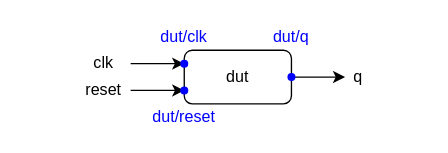
Earlier version of the draw.io diagram lessons/VER-07/ports.drawio (jentsechen/hdl-tutor). Source tidied: cells renumbered, new cells numbered last; positions are measured from the earlier drawing's top-left corner, leaving out a move shared by most shapes. Both pictures are drawn from the tidied source at 134%, with x=0, y=0 at pixel (76, 23).
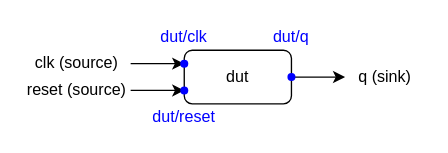
After the change.

What changed in the source:
```diff
@@
 <mxGraphModel>
   <root>
     <mxCell id="0" />
     <mxCell id="1" parent="0" />
     <mxCell id="2" value="dut" style="rounded=1;whiteSpace=wrap;html=1;" parent="1" vertex="1">
       <mxGeometry x="80" y="20" width="80" height="40" as="geometry" />
     </mxCell>
     <mxCell id="3" style="endArrow=classic;html=1;rounded=0;exitX=1;exitY=0.5;exitDx=0;exitDy=0;" parent="1" edge="1" source="2">
       <mxGeometry relative="1" as="geometry">
         <mxPoint x="200" y="40" as="targetPoint" />
       </mxGeometry>
     </mxCell>
     <mxCell id="4" style="endArrow=classic;html=1;rounded=0;entryX=0;entryY=0.75;entryDx=0;entryDy=0;" parent="1" edge="1" target="2">
       <mxGeometry relative="1" as="geometry">
         <mxPoint x="40" y="50" as="sourcePoint" />
       </mxGeometry>
     </mxCell>
     <mxCell id="5" style="endArrow=classic;html=1;rounded=0;entryX=0;entryY=0.25;entryDx=0;entryDy=0;" parent="1" edge="1" target="2">
       <mxGeometry relative="1" as="geometry">
         <mxPoint x="40" y="30" as="sourcePoint" />
       </mxGeometry>
     </mxCell>
-    <mxCell id="6" value="clk" style="text;html=1;align=center;verticalAlign=middle;whiteSpace=wrap;rounded=0;" parent="1" vertex="1">
-      <mxGeometry y="20" width="40" height="20" as="geometry" />
+    <mxCell id="6" value="clk (source)" style="text;html=1;align=center;verticalAlign=middle;whiteSpace=wrap;rounded=0;" parent="1" vertex="1">
+      <mxGeometry x="-40" y="20" width="80" height="20" as="geometry" />
     </mxCell>
-    <mxCell id="7" value="reset" style="text;html=1;align=center;verticalAlign=middle;whiteSpace=wrap;rounded=0;" parent="1" vertex="1">
-      <mxGeometry y="40" width="40" height="20" as="geometry" />
+    <mxCell id="7" value="reset (source)" style="text;html=1;align=center;verticalAlign=middle;whiteSpace=wrap;rounded=0;" parent="1" vertex="1">
+      <mxGeometry x="-40" y="40" width="80" height="20" as="geometry" />
     </mxCell>
-    <mxCell id="8" value="q" style="text;html=1;align=center;verticalAlign=middle;whiteSpace=wrap;rounded=0;" parent="1" vertex="1">
-      <mxGeometry x="200" y="30" width="20" height="20" as="geometry" />
+    <mxCell id="8" value="q (sink)" style="text;html=1;align=center;verticalAlign=middle;whiteSpace=wrap;rounded=0;" parent="1" vertex="1">
+      <mxGeometry x="200" y="30" width="60" height="20" as="geometry" />
     </mxCell>
     <mxCell id="9" style="shape=waypoint;sketch=0;fillStyle=solid;size=6;fillColor=none;perimeter=centerPerimeter;strokeColor=#0000FF;" parent="1" vertex="1">
       <mxGeometry x="70" y="20" width="20" height="20" as="geometry" />
     </mxCell>
     <mxCell id="10" value="&lt;font color=&quot;#0000ff&quot;&gt;dut/clk&lt;/font&gt;" style="text;html=1;align=center;verticalAlign=middle;whiteSpace=wrap;rounded=0;" parent="1" vertex="1">
       <mxGeometry x="60" width="40" height="20" as="geometry" />
     </mxCell>
     <mxCell id="11" value="&lt;font color=&quot;#0000ff&quot;&gt;dut/reset&lt;/font&gt;" style="text;html=1;align=center;verticalAlign=middle;whiteSpace=wrap;rounded=0;" parent="1" vertex="1">
       <mxGeometry x="50" y="60" width="60" height="20" as="geometry" />
     </mxCell>
     <mxCell id="12" style="shape=waypoint;sketch=0;fillStyle=solid;size=6;fillColor=none;perimeter=centerPerimeter;strokeColor=#0000FF;" parent="1" vertex="1">
       <mxGeometry x="70" y="40" width="20" height="20" as="geometry" />
     </mxCell>
     <mxCell id="13" value="&lt;font color=&quot;#0000ff&quot;&gt;dut/q&lt;/font&gt;" style="text;html=1;align=center;verticalAlign=middle;whiteSpace=wrap;rounded=0;" parent="1" vertex="1">
       <mxGeometry x="140" width="40" height="20" as="geometry" />
     </mxCell>
     <mxCell id="14" style="shape=waypoint;sketch=0;fillStyle=solid;size=6;fillColor=none;perimeter=centerPerimeter;strokeColor=#0000FF;" parent="1" vertex="1">
       <mxGeometry x="150" y="30" width="20" height="20" as="geometry" />
     </mxCell>
   </root>
 </mxGraphModel>
```
